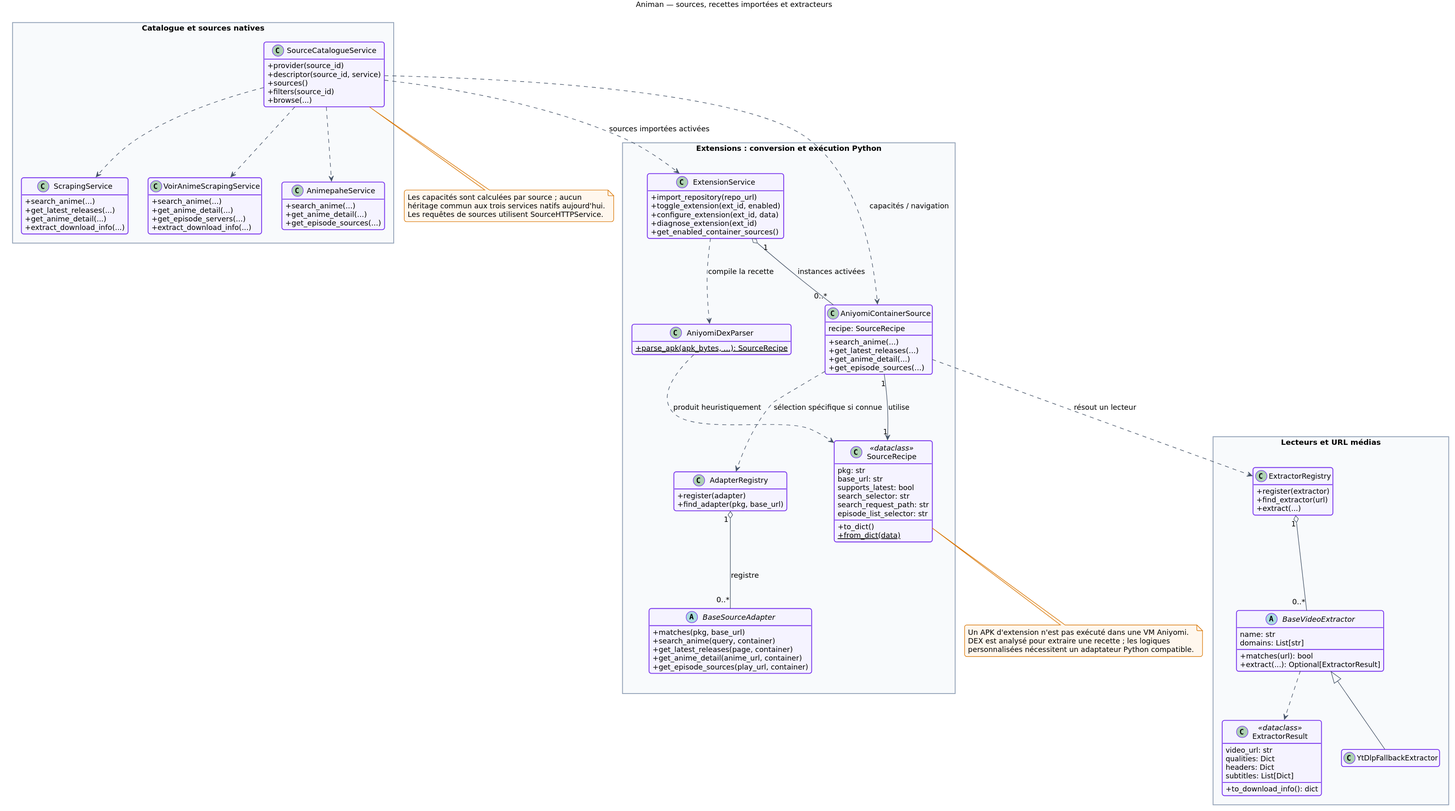
Before: docs/architecture/svg/03-classes-sources.svg, a diagram exported from PlantUML (loeuf237/animan-python).
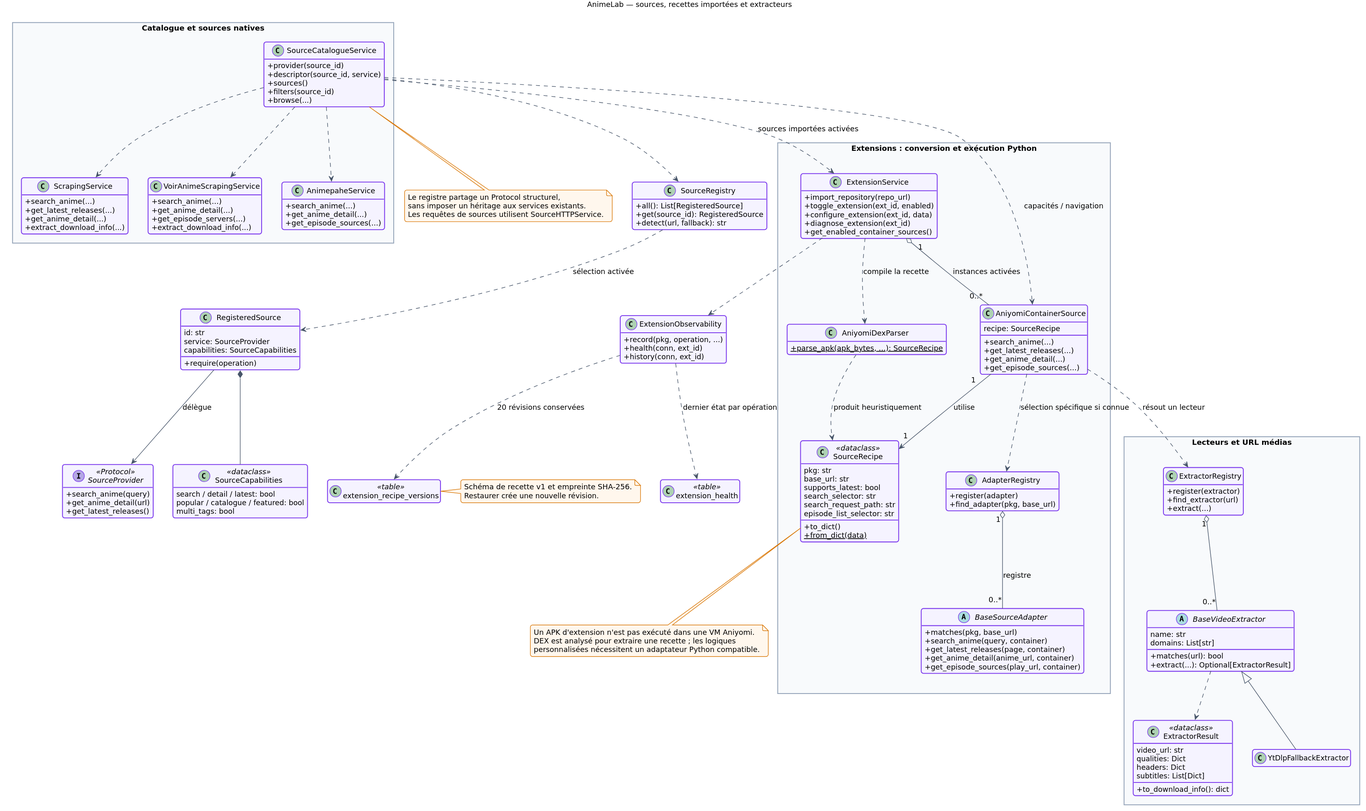
After the change.

What changed in the source:
```diff
@@ -24,7 +24,7 @@
 skinparam databaseBackgroundColor #F5F3FF
 skinparam databaseBorderColor #7C3AED
 hide empty members
-title Animan — sources, recettes importées et extracteurs
+title AnimeLab — sources, recettes importées et extracteurs
 package "Catalogue et sources natives" {
   class SourceCatalogueService {
     +provider(source_id)
@@ -133,8 +133,47 @@
 personnalisées nécessitent un adaptateur Python compatible.
 end note
 note bottom of SourceCatalogueService
-Les capacités sont calculées par source ; aucun
-héritage commun aux trois services natifs aujourd'hui.
+Le registre partage un Protocol structurel,
+sans imposer un héritage aux services existants.
 Les requêtes de sources utilisent SourceHTTPService.
 end note
+class SourceRegistry {
+  +all(): List[RegisteredSource]
+  +get(source_id): RegisteredSource
+  +detect(url, fallback): str
+}
+interface SourceProvider <<Protocol>> {
+  +search_anime(query)
+  +get_anime_detail(url)
+  +get_latest_releases()
+}
+class SourceCapabilities <<dataclass>> {
+  search / detail / latest: bool
+  popular / catalogue / featured: bool
+  multi_tags: bool
+}
+class RegisteredSource {
+  id: str
+  service: SourceProvider
+  capabilities: SourceCapabilities
+  +require(operation)
+}
+SourceRegistry ..> RegisteredSource : sélection activée
+RegisteredSource --> SourceProvider : délègue
+RegisteredSource *-- SourceCapabilities
+SourceCatalogueService ..> SourceRegistry
+class ExtensionObservability {
+  +record(pkg, operation, ...)
+  +health(conn, ext_id)
+  +history(conn, ext_id)
+}
+class extension_health <<table>>
+class extension_recipe_versions <<table>>
+ExtensionService ..> ExtensionObservability
+ExtensionObservability ..> extension_health : dernier état par opération
+ExtensionObservability ..> extension_recipe_versions : 20 révisions conservées
+note right of extension_recipe_versions
+Schéma de recette v1 et empreinte SHA-256.
+Restaurer crée une nouvelle révision.
+end note
 @enduml
```
